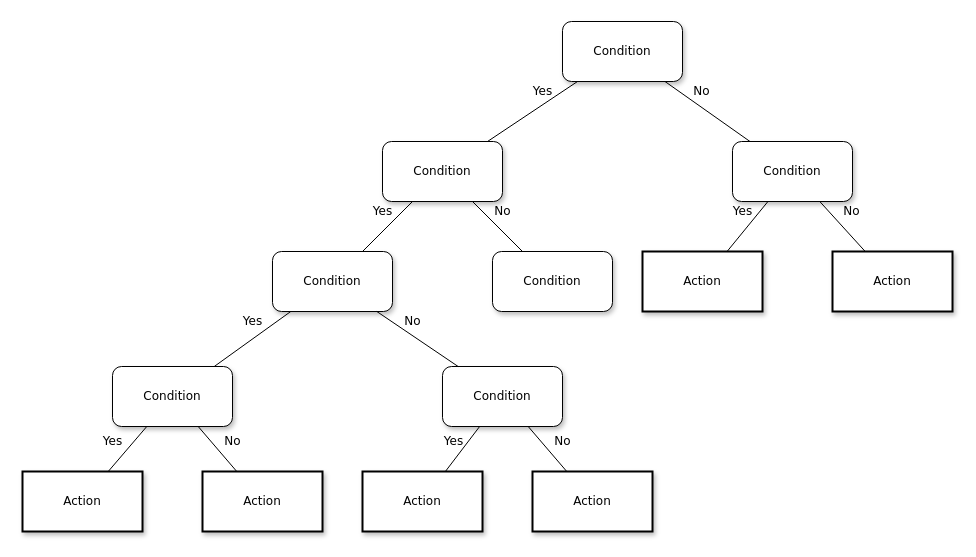
Before: images/Untitled Diagram.drawio in billwright/GridPuzzles, a draw.io diagram. Source tidied: cells renumbered, new cells numbered last; positions are measured from the earlier drawing's top-left corner, leaving out a move shared by most shapes. Both pictures are drawn from the tidied source at 100%, with x=0, y=0 at pixel (22, 21).
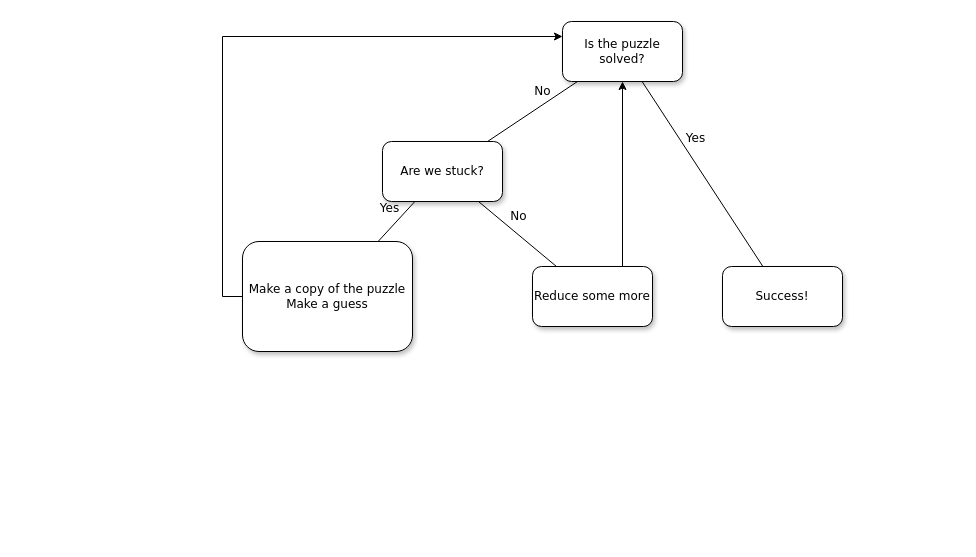
The same diagram, later.

Commit message:
Depth-First Search

Change to the diagram source:
```diff
@@
-    <mxCell id="2" value="Condition" style="whiteSpace=wrap;html=1;rounded=1;shadow=1;labelBackgroundColor=none;strokeWidth=1;fontFamily=Verdana;fontSize=12;align=center;" parent="1" vertex="1">
+    <mxCell id="2" value="Is the puzzle solved?" style="whiteSpace=wrap;html=1;rounded=1;shadow=1;labelBackgroundColor=none;strokeWidth=1;fontFamily=Verdana;fontSize=12;align=center;" parent="1" vertex="1">
       <mxGeometry x="540" width="120" height="60" as="geometry" />
     </mxCell>
-    <mxCell id="3" value="&lt;span&gt;Condition&lt;/span&gt;" style="whiteSpace=wrap;html=1;rounded=1;shadow=1;labelBackgroundColor=none;strokeWidth=1;fontFamily=Verdana;fontSize=12;align=center;" parent="1" vertex="1">
+    <mxCell id="3" value="&lt;span&gt;Are we stuck?&lt;/span&gt;" style="whiteSpace=wrap;html=1;rounded=1;shadow=1;labelBackgroundColor=none;strokeWidth=1;fontFamily=Verdana;fontSize=12;align=center;" parent="1" vertex="1">
       <mxGeometry x="360" y="120" width="120" height="60" as="geometry" />
     </mxCell>
-    <mxCell id="4" value="&lt;span&gt;Condition&lt;/span&gt;" style="whiteSpace=wrap;html=1;rounded=1;shadow=1;labelBackgroundColor=none;strokeWidth=1;fontFamily=Verdana;fontSize=12;align=center;" parent="1" vertex="1">
-      <mxGeometry x="710" y="120" width="120" height="60" as="geometry" />
+    <mxCell id="4" value="&lt;span&gt;Success!&lt;/span&gt;" style="whiteSpace=wrap;html=1;rounded=1;shadow=1;labelBackgroundColor=none;strokeWidth=1;fontFamily=Verdana;fontSize=12;align=center;" parent="1" vertex="1">
+      <mxGeometry x="700" y="245" width="120" height="60" as="geometry" />
     </mxCell>
-    <mxCell id="5" value="No" style="rounded=0;html=1;labelBackgroundColor=none;startArrow=none;startFill=0;startSize=5;endArrow=none;endFill=0;endSize=5;jettySize=auto;strokeWidth=1;fontFamily=Verdana;fontSize=12;" parent="1" edge="1" source="2" target="4">
+    <mxCell id="5" value="Yes" style="rounded=0;html=1;labelBackgroundColor=none;startArrow=none;startFill=0;startSize=5;endArrow=none;endFill=0;endSize=5;jettySize=auto;strokeWidth=1;fontFamily=Verdana;fontSize=12;" parent="1" edge="1" source="2" target="4">
       <mxGeometry x="-0.3" y="13" relative="1" as="geometry" />
     </mxCell>
-    <mxCell id="6" value="Yes" style="rounded=0;html=1;labelBackgroundColor=none;startArrow=none;startFill=0;startSize=5;endArrow=none;endFill=0;endSize=5;jettySize=auto;strokeWidth=1;fontFamily=Verdana;fontSize=12;" parent="1" edge="1" source="2" target="3">
+    <mxCell id="6" value="No" style="rounded=0;html=1;labelBackgroundColor=none;startArrow=none;startFill=0;startSize=5;endArrow=none;endFill=0;endSize=5;jettySize=auto;strokeWidth=1;fontFamily=Verdana;fontSize=12;" parent="1" edge="1" source="2" target="3">
       <mxGeometry x="-0.36" y="-11" relative="1" as="geometry" />
     </mxCell>
+    <mxCell id="27" style="edgeStyle=orthogonalEdgeStyle;rounded=0;jettySize=auto;html=1;exitX=0;exitY=0.5;exitDx=0;exitDy=0;entryX=0;entryY=0.25;entryDx=0;entryDy=0;" parent="1" edge="1" source="7" target="2">
+      <mxGeometry relative="1" as="geometry" />
+    </mxCell>
-    <mxCell id="7" value="&lt;span&gt;Condition&lt;/span&gt;" style="whiteSpace=wrap;html=1;rounded=1;shadow=1;labelBackgroundColor=none;strokeWidth=1;fontFamily=Verdana;fontSize=12;align=center;" parent="1" vertex="1">
-      <mxGeometry x="250" y="230" width="120" height="60" as="geometry" />
+    <mxCell id="7" value="&lt;span&gt;Make a copy of the puzzle&lt;br&gt;Make a guess&lt;br&gt;&lt;/span&gt;" style="whiteSpace=wrap;html=1;rounded=1;shadow=1;labelBackgroundColor=none;strokeWidth=1;fontFamily=Verdana;fontSize=12;align=center;" parent="1" vertex="1">
+      <mxGeometry x="220" y="220" width="170" height="110" as="geometry" />
     </mxCell>
+    <mxCell id="28" style="edgeStyle=orthogonalEdgeStyle;rounded=0;jettySize=auto;html=1;exitX=0.75;exitY=0;exitDx=0;exitDy=0;entryX=0.5;entryY=1;entryDx=0;entryDy=0;" parent="1" edge="1" source="8" target="2">
+      <mxGeometry relative="1" as="geometry" />
+    </mxCell>
-    <mxCell id="8" value="&lt;span&gt;Condition&lt;/span&gt;" style="whiteSpace=wrap;html=1;rounded=1;shadow=1;labelBackgroundColor=none;strokeWidth=1;fontFamily=Verdana;fontSize=12;align=center;" parent="1" vertex="1">
-      <mxGeometry x="470" y="230" width="120" height="60" as="geometry" />
+    <mxCell id="8" value="&lt;span&gt;Reduce some more&lt;/span&gt;" style="whiteSpace=wrap;html=1;rounded=1;shadow=1;labelBackgroundColor=none;strokeWidth=1;fontFamily=Verdana;fontSize=12;align=center;" parent="1" vertex="1">
+      <mxGeometry x="510" y="245" width="120" height="60" as="geometry" />
     </mxCell>
-    <mxCell id="9" value="&lt;span&gt;Action&lt;/span&gt;" style="whiteSpace=wrap;html=1;rounded=0;shadow=1;labelBackgroundColor=none;strokeWidth=2;fontFamily=Verdana;fontSize=12;align=center;" parent="1" vertex="1">
-      <mxGeometry x="620" y="230" width="120" height="60" as="geometry" />
-    </mxCell>
-    <mxCell id="10" value="&lt;span&gt;Action&lt;/span&gt;" style="whiteSpace=wrap;html=1;rounded=0;shadow=1;labelBackgroundColor=none;strokeWidth=2;fontFamily=Verdana;fontSize=12;align=center;" parent="1" vertex="1">
-      <mxGeometry x="810" y="230" width="120" height="60" as="geometry" />
-    </mxCell>
-    <mxCell id="11" value="&lt;span&gt;Condition&lt;/span&gt;" style="whiteSpace=wrap;html=1;rounded=1;shadow=1;labelBackgroundColor=none;strokeWidth=1;fontFamily=Verdana;fontSize=12;align=center;" parent="1" vertex="1">
-      <mxGeometry x="90" y="345" width="120" height="60" as="geometry" />
-    </mxCell>
-    <mxCell id="12" value="&lt;span&gt;Condition&lt;/span&gt;" style="whiteSpace=wrap;html=1;rounded=1;shadow=1;labelBackgroundColor=none;strokeWidth=1;fontFamily=Verdana;fontSize=12;align=center;" parent="1" vertex="1">
-      <mxGeometry x="420" y="345" width="120" height="60" as="geometry" />
-    </mxCell>
@@
-    <mxCell id="15" value="Yes" style="rounded=0;html=1;labelBackgroundColor=none;startArrow=none;startFill=0;startSize=5;endArrow=none;endFill=0;endSize=5;jettySize=auto;strokeWidth=1;fontFamily=Verdana;fontSize=12;" parent="1" edge="1" source="4" target="9">
-      <mxGeometry x="-0.26" y="-13" relative="1" as="geometry" />
-    </mxCell>
-    <mxCell id="16" value="No" style="rounded=0;html=1;labelBackgroundColor=none;startArrow=none;startFill=0;startSize=5;endArrow=none;endFill=0;endSize=5;jettySize=auto;strokeWidth=1;fontFamily=Verdana;fontSize=12;" parent="1" edge="1" source="4" target="10">
-      <mxGeometry x="-0.13" y="17" relative="1" as="geometry" />
-    </mxCell>
-    <mxCell id="17" value="Yes" style="rounded=0;html=1;labelBackgroundColor=none;startArrow=none;startFill=0;startSize=5;endArrow=none;endFill=0;endSize=5;jettySize=auto;strokeWidth=1;fontFamily=Verdana;fontSize=12;" parent="1" edge="1" source="7" target="11">
-      <mxGeometry x="-0.22" y="-14" relative="1" as="geometry" />
-    </mxCell>
-    <mxCell id="18" value="No" style="rounded=0;html=1;labelBackgroundColor=none;startArrow=none;startFill=0;startSize=5;endArrow=none;endFill=0;endSize=5;jettySize=auto;strokeWidth=1;fontFamily=Verdana;fontSize=12;" parent="1" edge="1" source="7" target="12">
-      <mxGeometry x="-0.28" y="12" relative="1" as="geometry" />
-    </mxCell>
-    <mxCell id="19" value="Action" style="whiteSpace=wrap;html=1;rounded=0;shadow=1;labelBackgroundColor=none;strokeWidth=2;fontFamily=Verdana;fontSize=12;align=center;" parent="1" vertex="1">
-      <mxGeometry y="450" width="120" height="60" as="geometry" />
-    </mxCell>
-    <mxCell id="20" value="&lt;span&gt;Action&lt;/span&gt;" style="whiteSpace=wrap;html=1;rounded=0;shadow=1;labelBackgroundColor=none;strokeWidth=2;fontFamily=Verdana;fontSize=12;align=center;" parent="1" vertex="1">
-      <mxGeometry x="180" y="450" width="120" height="60" as="geometry" />
-    </mxCell>
-    <mxCell id="21" value="&lt;span&gt;Action&lt;/span&gt;" style="whiteSpace=wrap;html=1;rounded=0;shadow=1;labelBackgroundColor=none;strokeWidth=2;fontFamily=Verdana;fontSize=12;align=center;" parent="1" vertex="1">
-      <mxGeometry x="340" y="450" width="120" height="60" as="geometry" />
-    </mxCell>
-    <mxCell id="22" value="&lt;span&gt;Action&lt;/span&gt;" style="whiteSpace=wrap;html=1;rounded=0;shadow=1;labelBackgroundColor=none;strokeWidth=2;fontFamily=Verdana;fontSize=12;align=center;" parent="1" vertex="1">
-      <mxGeometry x="510" y="450" width="120" height="60" as="geometry" />
-    </mxCell>
-    <mxCell id="23" value="Yes" style="rounded=0;html=1;labelBackgroundColor=none;startArrow=none;startFill=0;startSize=5;endArrow=none;endFill=0;endSize=5;jettySize=auto;strokeWidth=1;fontFamily=Verdana;fontSize=12;" parent="1" edge="1" source="11" target="19">
-      <mxGeometry x="0.14" y="-16" relative="1" as="geometry" />
-    </mxCell>
-    <mxCell id="24" value="No" style="rounded=0;html=1;labelBackgroundColor=none;startArrow=none;startFill=0;startSize=5;endArrow=none;endFill=0;endSize=5;jettySize=auto;strokeWidth=1;fontFamily=Verdana;fontSize=12;" parent="1" edge="1" source="11" target="20">
-      <mxGeometry x="0.14" y="16" relative="1" as="geometry" />
-    </mxCell>
-    <mxCell id="25" value="Yes" style="rounded=0;html=1;labelBackgroundColor=none;startArrow=none;startFill=0;startSize=5;endArrow=none;endFill=0;endSize=5;jettySize=auto;strokeWidth=1;fontFamily=Verdana;fontSize=12;" parent="1" edge="1" source="12" target="21">
-      <mxGeometry y="-12" relative="1" as="geometry" />
-    </mxCell>
-    <mxCell id="26" value="No" style="rounded=0;html=1;labelBackgroundColor=none;startArrow=none;startFill=0;startSize=5;endArrow=none;endFill=0;endSize=5;jettySize=auto;strokeWidth=1;fontFamily=Verdana;fontSize=12;" parent="1" edge="1" source="12" target="22">
-      <mxGeometry x="0.14" y="16" relative="1" as="geometry" />
-    </mxCell>
```
